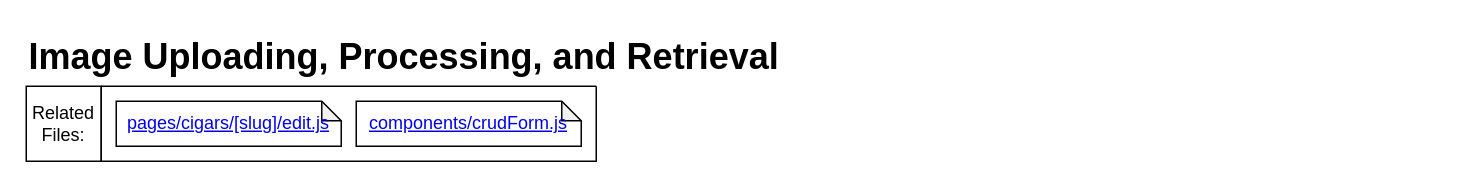
Before: Images.drawio in macglencoe/diagrams, a draw.io diagram. Source tidied: cells renumbered, new cells numbered last; positions are measured from the earlier drawing's top-left corner, leaving out a move shared by most shapes. Both pictures are drawn from the tidied source at 150%, with x=0, y=0 at pixel (26, 26).
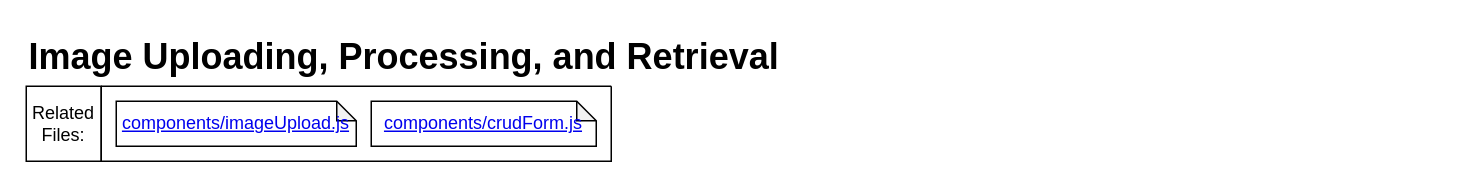
After the change.

Change to the diagram source:
```diff
@@
 <mxGraphModel>
   <root>
     <mxCell id="0" />
     <mxCell id="1" parent="0" />
     <mxCell id="2" value="&lt;h1 style=&quot;margin-top: 0px;&quot;&gt;Image Uploading, Processing, and Retrieval&lt;/h1&gt;" style="text;html=1;whiteSpace=wrap;overflow=hidden;rounded=0;" parent="1" vertex="1">
       <mxGeometry width="950" height="40" as="geometry" />
     </mxCell>
     <mxCell id="3" value="Related Files:" style="whiteSpace=wrap;html=1;" parent="1" vertex="1">
       <mxGeometry y="40" width="50" height="50" as="geometry" />
     </mxCell>
     <mxCell id="4" style="swimlane;startSize=0;" parent="1" vertex="1">
-      <mxGeometry x="50" y="40" width="330" height="50" as="geometry" />
+      <mxGeometry x="50" y="40" width="340" height="50" as="geometry" />
     </mxCell>
-    <mxCell id="5" value="&lt;a href=&quot;https://github.com/macglencoe/EmporiumWebsite/blob/cms/pages/cigars/%5Bslug%5D/edit.js&quot;&gt;pages/cigars/[slug]/edit.js&lt;/a&gt;" style="shape=note;whiteSpace=wrap;html=1;backgroundOutline=1;darkOpacity=0.05;size=13;" parent="4" vertex="1">
-      <mxGeometry x="10" y="10" width="150" height="30" as="geometry" />
+    <mxCell id="5" value="&lt;a href=&quot;https://github.com/macglencoe/EmporiumWebsite/blob/cms/components/imageUpload.js&quot;&gt;components/imageUpload.js&lt;/a&gt;" style="shape=note;whiteSpace=wrap;html=1;backgroundOutline=1;darkOpacity=0.05;size=13;" parent="4" vertex="1">
+      <mxGeometry x="10" y="10" width="160" height="30" as="geometry" />
     </mxCell>
     <mxCell id="6" value="&lt;a href=&quot;https://github.com/macglencoe/EmporiumWebsite/blob/cms/components/crudForm.js&quot;&gt;components/crudForm.js&lt;/a&gt;" style="shape=note;whiteSpace=wrap;html=1;backgroundOutline=1;darkOpacity=0.05;size=13;" parent="4" vertex="1">
-      <mxGeometry x="170" y="10" width="150" height="30" as="geometry" />
+      <mxGeometry x="180" y="10" width="150" height="30" as="geometry" />
     </mxCell>
   </root>
 </mxGraphModel>
```
